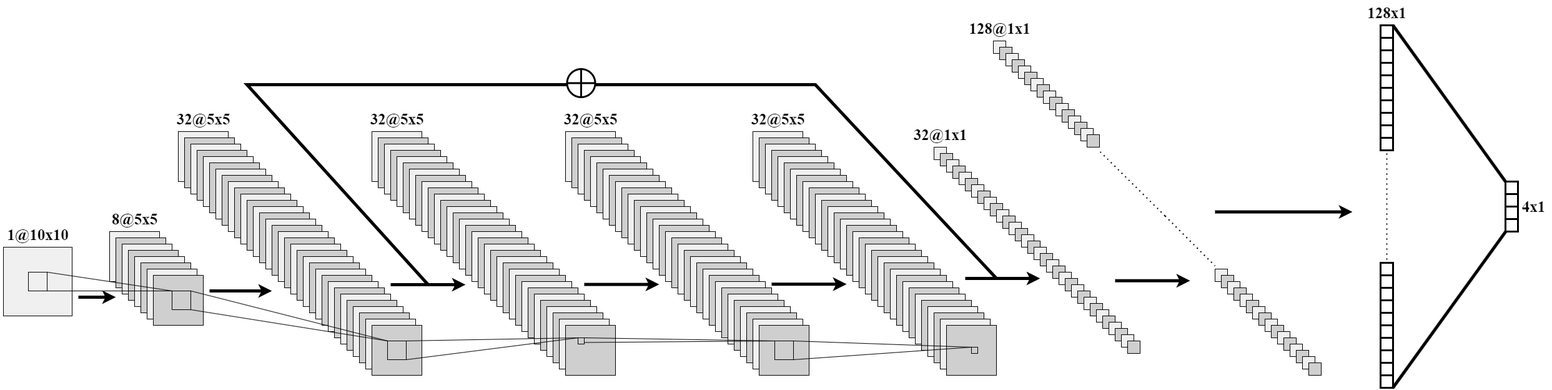
Above: cnn.drawio.png in Purer-lyk/network_pic (draw.io), before the change. Source tidied: cells renumbered, new cells last; positions are measured from the earlier drawing's top-left corner, leaving out a move shared by most shapes.
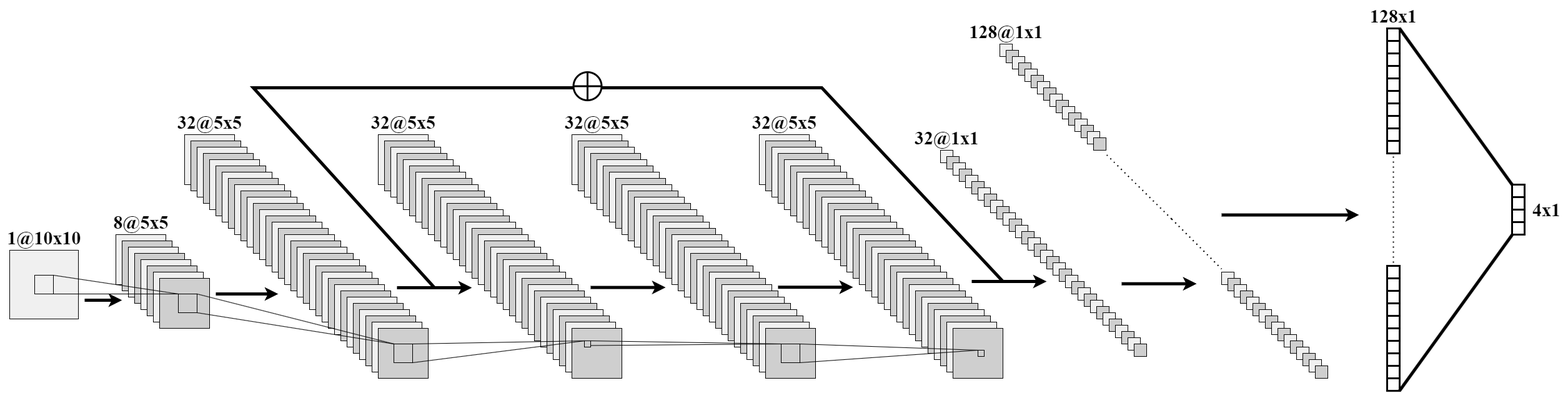
The same diagram one commit later.

What changed in the source:
```diff
@@ -616,29 +616,29 @@
         <mxPoint x="1945" y="425" as="targetPoint" />
       </mxGeometry>
     </mxCell>
-    <mxCell id="205" value="&lt;font size=&quot;1&quot; face=&quot;Times New Roman&quot; style=&quot;&quot;&gt;&lt;b style=&quot;font-size: 25px;&quot;&gt;1@10x10&lt;/b&gt;&lt;/font&gt;" style="text;html=1;align=center;verticalAlign=middle;strokeColor=none;fillColor=none;" parent="1" vertex="1">
-      <mxGeometry y="355" width="120" height="40" as="geometry" />
+    <mxCell id="205" value="&lt;font size=&quot;1&quot; face=&quot;Times New Roman&quot; style=&quot;&quot;&gt;&lt;b style=&quot;font-size: 30px;&quot;&gt;1@10x10&lt;/b&gt;&lt;/font&gt;" style="text;html=1;align=center;verticalAlign=middle;strokeColor=none;fillColor=none;" parent="1" vertex="1">
+      <mxGeometry x="-10" y="350" width="140" height="50" as="geometry" />
     </mxCell>
-    <mxCell id="206" value="&lt;font size=&quot;1&quot; face=&quot;Times New Roman&quot; style=&quot;&quot;&gt;&lt;b style=&quot;font-size: 25px;&quot;&gt;8@5x5&lt;/b&gt;&lt;/font&gt;" style="text;html=1;align=center;verticalAlign=middle;strokeColor=none;fillColor=none;" parent="1" vertex="1">
-      <mxGeometry x="165" y="330" width="100" height="40" as="geometry" />
+    <mxCell id="206" value="&lt;font size=&quot;1&quot; face=&quot;Times New Roman&quot; style=&quot;&quot;&gt;&lt;b style=&quot;font-size: 30px;&quot;&gt;8@5x5&lt;/b&gt;&lt;/font&gt;" style="text;html=1;align=center;verticalAlign=middle;strokeColor=none;fillColor=none;" parent="1" vertex="1">
+      <mxGeometry x="160" y="325" width="110" height="50" as="geometry" />
     </mxCell>
-    <mxCell id="207" value="&lt;font size=&quot;1&quot; face=&quot;Times New Roman&quot; style=&quot;&quot;&gt;&lt;b style=&quot;font-size: 25px;&quot;&gt;32@5x5&lt;/b&gt;&lt;/font&gt;" style="text;html=1;align=center;verticalAlign=middle;strokeColor=none;fillColor=none;" parent="1" vertex="1">
-      <mxGeometry x="270" y="170" width="110" height="40" as="geometry" />
+    <mxCell id="207" value="&lt;font size=&quot;1&quot; face=&quot;Times New Roman&quot; style=&quot;&quot;&gt;&lt;b style=&quot;font-size: 30px;&quot;&gt;32@5x5&lt;/b&gt;&lt;/font&gt;" style="text;html=1;align=center;verticalAlign=middle;strokeColor=none;fillColor=none;" parent="1" vertex="1">
+      <mxGeometry x="260" y="165" width="130" height="50" as="geometry" />
     </mxCell>
-    <mxCell id="208" value="&lt;font size=&quot;1&quot; face=&quot;Times New Roman&quot; style=&quot;&quot;&gt;&lt;b style=&quot;font-size: 25px;&quot;&gt;32@5x5&lt;/b&gt;&lt;/font&gt;" style="text;html=1;align=center;verticalAlign=middle;strokeColor=none;fillColor=none;" parent="1" vertex="1">
-      <mxGeometry x="580" y="170" width="110" height="40" as="geometry" />
+    <mxCell id="208" value="&lt;font size=&quot;1&quot; face=&quot;Times New Roman&quot; style=&quot;&quot;&gt;&lt;b style=&quot;font-size: 30px;&quot;&gt;32@5x5&lt;/b&gt;&lt;/font&gt;" style="text;html=1;align=center;verticalAlign=middle;strokeColor=none;fillColor=none;" parent="1" vertex="1">
+      <mxGeometry x="570" y="165" width="130" height="50" as="geometry" />
     </mxCell>
-    <mxCell id="209" value="&lt;font size=&quot;1&quot; face=&quot;Times New Roman&quot; style=&quot;&quot;&gt;&lt;b style=&quot;font-size: 25px;&quot;&gt;32@5x5&lt;/b&gt;&lt;/font&gt;" style="text;html=1;align=center;verticalAlign=middle;strokeColor=none;fillColor=none;" parent="1" vertex="1">
-      <mxGeometry x="890" y="170" width="110" height="40" as="geometry" />
+    <mxCell id="209" value="&lt;font size=&quot;1&quot; face=&quot;Times New Roman&quot; style=&quot;&quot;&gt;&lt;b style=&quot;font-size: 30px;&quot;&gt;32@5x5&lt;/b&gt;&lt;/font&gt;" style="text;html=1;align=center;verticalAlign=middle;strokeColor=none;fillColor=none;" parent="1" vertex="1">
+      <mxGeometry x="880" y="165" width="130" height="50" as="geometry" />
     </mxCell>
-    <mxCell id="210" value="&lt;font size=&quot;1&quot; face=&quot;Times New Roman&quot; style=&quot;&quot;&gt;&lt;b style=&quot;font-size: 25px;&quot;&gt;32@5x5&lt;/b&gt;&lt;/font&gt;" style="text;html=1;align=center;verticalAlign=middle;strokeColor=none;fillColor=none;" parent="1" vertex="1">
-      <mxGeometry x="1190" y="170" width="110" height="40" as="geometry" />
+    <mxCell id="210" value="&lt;font size=&quot;1&quot; face=&quot;Times New Roman&quot; style=&quot;&quot;&gt;&lt;b style=&quot;font-size: 30px;&quot;&gt;32@5x5&lt;/b&gt;&lt;/font&gt;" style="text;html=1;align=center;verticalAlign=middle;strokeColor=none;fillColor=none;" parent="1" vertex="1">
+      <mxGeometry x="1180" y="165" width="130" height="50" as="geometry" />
     </mxCell>
-    <mxCell id="211" value="&lt;font size=&quot;1&quot; face=&quot;Times New Roman&quot; style=&quot;&quot;&gt;&lt;b style=&quot;font-size: 25px;&quot;&gt;32@1x1&lt;/b&gt;&lt;/font&gt;" style="text;html=1;align=center;verticalAlign=middle;strokeColor=none;fillColor=none;" parent="1" vertex="1">
-      <mxGeometry x="1450" y="195" width="110" height="40" as="geometry" />
+    <mxCell id="211" value="&lt;font size=&quot;1&quot; face=&quot;Times New Roman&quot; style=&quot;&quot;&gt;&lt;b style=&quot;font-size: 30px;&quot;&gt;32@1x1&lt;/b&gt;&lt;/font&gt;" style="text;html=1;align=center;verticalAlign=middle;strokeColor=none;fillColor=none;" parent="1" vertex="1">
+      <mxGeometry x="1440" y="190" width="130" height="50" as="geometry" />
     </mxCell>
-    <mxCell id="212" value="&lt;font size=&quot;1&quot; face=&quot;Times New Roman&quot; style=&quot;&quot;&gt;&lt;b style=&quot;font-size: 25px;&quot;&gt;128@1x1&lt;/b&gt;&lt;/font&gt;" style="text;html=1;align=center;verticalAlign=middle;strokeColor=none;fillColor=none;" parent="1" vertex="1">
-      <mxGeometry x="1540" y="25" width="120" height="40" as="geometry" />
+    <mxCell id="212" value="&lt;font size=&quot;1&quot; face=&quot;Times New Roman&quot; style=&quot;&quot;&gt;&lt;b style=&quot;font-size: 30px;&quot;&gt;128@1x1&lt;/b&gt;&lt;/font&gt;" style="text;html=1;align=center;verticalAlign=middle;strokeColor=none;fillColor=none;" parent="1" vertex="1">
+      <mxGeometry x="1530" y="20" width="140" height="50" as="geometry" />
     </mxCell>
     <mxCell id="213" style="shape=table;startSize=0;fontSize=16;strokeWidth=3;" parent="1" vertex="1">
       <mxGeometry x="2210" y="40" width="20" height="200" as="geometry" />
@@ -911,11 +911,11 @@
     <mxCell id="291" style="endArrow=none;html=1;rounded=0;exitX=0.99;exitY=0.998;exitDx=0;exitDy=0;exitPerimeter=0;entryX=0.012;entryY=1.012;entryDx=0;entryDy=0;entryPerimeter=0;strokeWidth=5;" parent="1" edge="1" source="253" target="263">
       <mxGeometry relative="1" as="geometry" />
     </mxCell>
-    <mxCell id="292" value="&lt;font size=&quot;1&quot; face=&quot;Times New Roman&quot; style=&quot;&quot;&gt;&lt;b style=&quot;font-size: 25px;&quot;&gt;128x1&lt;/b&gt;&lt;/font&gt;" style="text;html=1;align=center;verticalAlign=middle;strokeColor=none;fillColor=none;" parent="1" vertex="1">
-      <mxGeometry x="2175" width="90" height="40" as="geometry" />
+    <mxCell id="292" value="&lt;font size=&quot;1&quot; face=&quot;Times New Roman&quot; style=&quot;&quot;&gt;&lt;b style=&quot;font-size: 30px;&quot;&gt;128x1&lt;/b&gt;&lt;/font&gt;" style="text;html=1;align=center;verticalAlign=middle;strokeColor=none;fillColor=none;" parent="1" vertex="1">
+      <mxGeometry x="2170" y="-5" width="100" height="50" as="geometry" />
     </mxCell>
-    <mxCell id="293" value="&lt;font size=&quot;1&quot; face=&quot;Times New Roman&quot; style=&quot;&quot;&gt;&lt;b style=&quot;font-size: 25px;&quot;&gt;4x1&lt;/b&gt;&lt;/font&gt;" style="text;html=1;align=center;verticalAlign=middle;strokeColor=none;fillColor=none;" parent="1" vertex="1">
-      <mxGeometry x="2425" y="310" width="60" height="40" as="geometry" />
+    <mxCell id="293" value="&lt;font size=&quot;1&quot; face=&quot;Times New Roman&quot; style=&quot;&quot;&gt;&lt;b style=&quot;font-size: 30px;&quot;&gt;4x1&lt;/b&gt;&lt;/font&gt;" style="text;html=1;align=center;verticalAlign=middle;strokeColor=none;fillColor=none;" parent="1" vertex="1">
+      <mxGeometry x="2430" y="305" width="70" height="50" as="geometry" />
     </mxCell>
     <mxCell id="294" style="verticalLabelPosition=bottom;verticalAlign=top;html=1;shape=mxgraph.flowchart.summing_function;strokeWidth=3;" parent="1" vertex="1">
       <mxGeometry x="907.5" y="110" width="45" height="45" as="geometry" />
```
